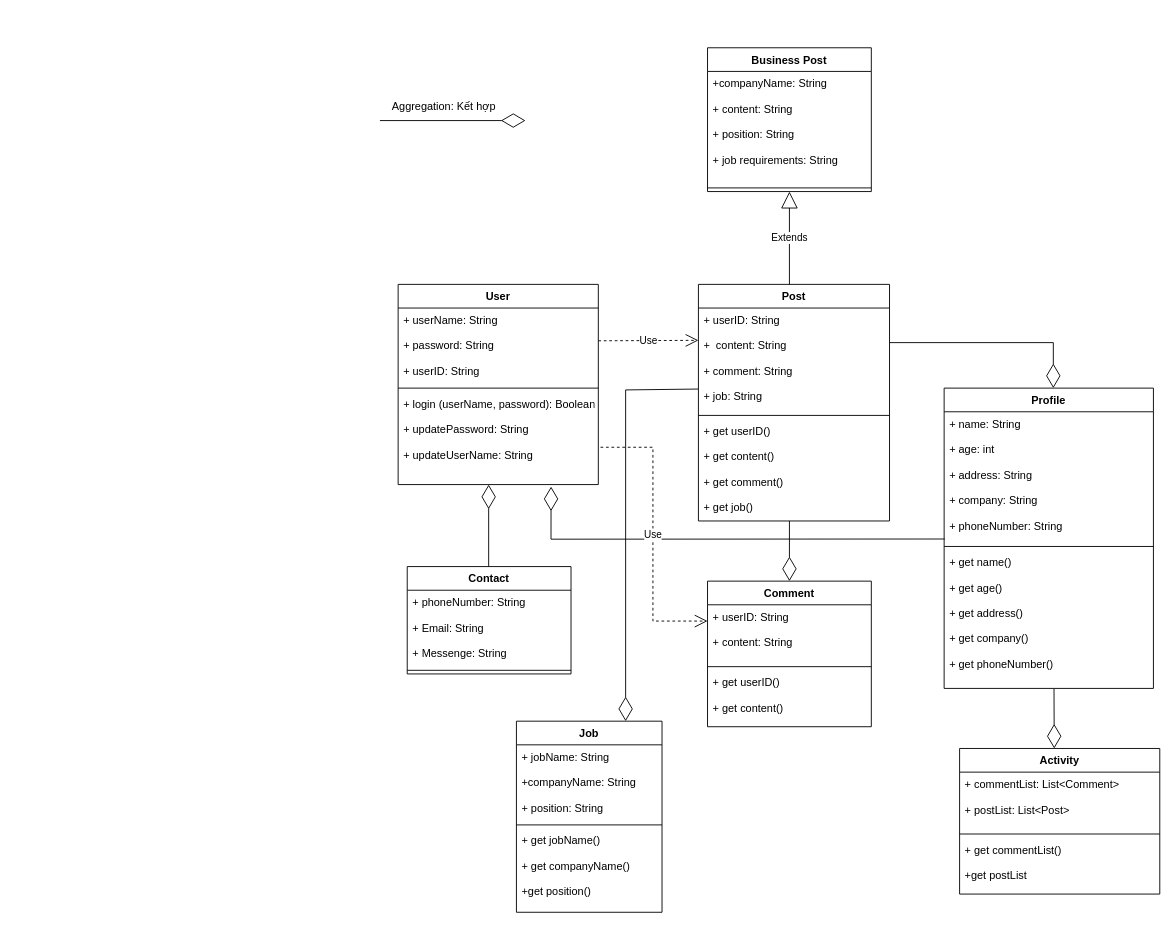
This is GAP Social Class Diagram.drawio from nvhoang23/BTVN_1, a draw.io file, before an edit. Source tidied: cells renumbered, new cells numbered last; positions are measured from the earlier drawing's top-left corner, leaving out a move shared by most shapes. Both pictures are drawn from the tidied source at 91%, with x=0, y=0 at pixel (379, 47).
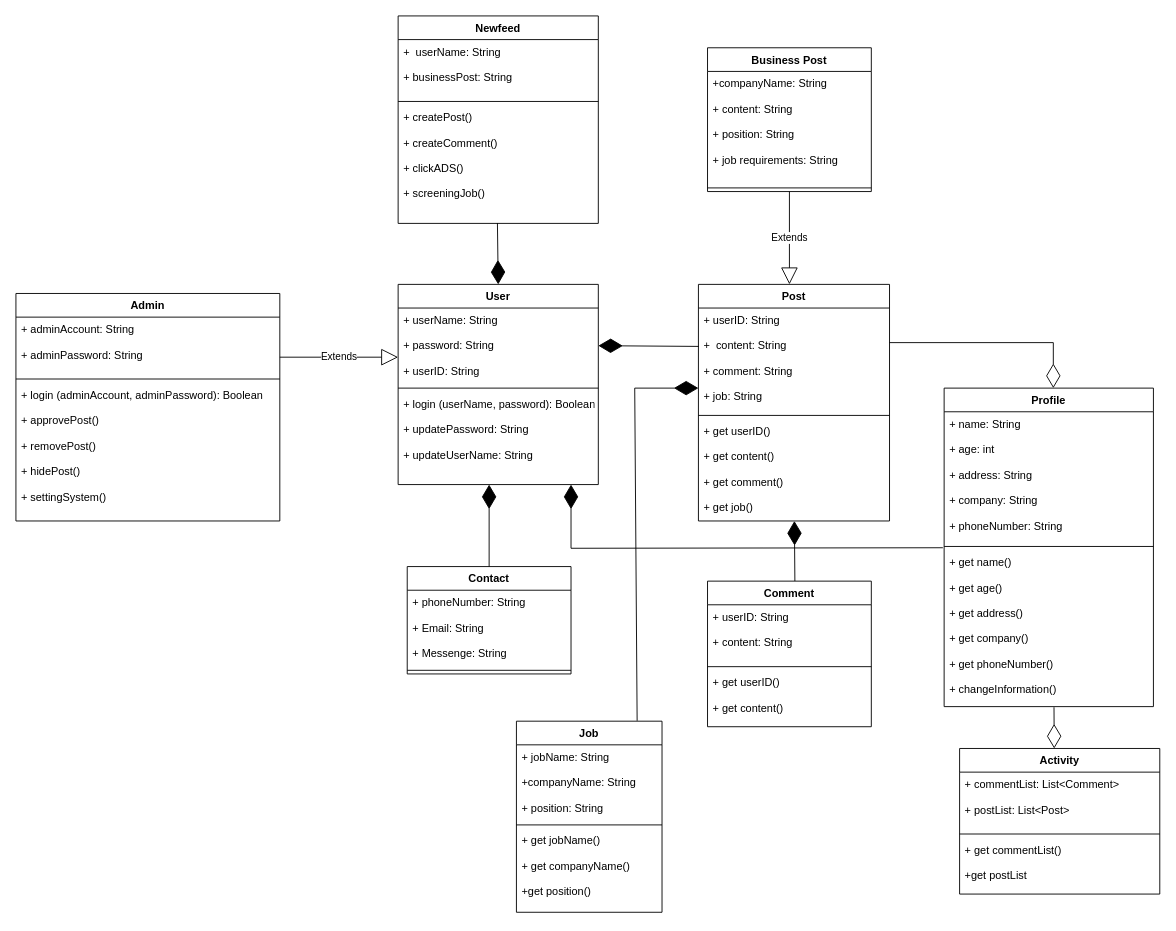
The same page after the edit.

Commit message:
Cập nhật GAP Social Class Diagram.drawio

The change refers to these unchanged cells:
```xml
<mxCell id="2" value="User" style="swimlane;fontStyle=1;align=center;verticalAlign=top;horizontal=1;startSize=26;" parent="1" vertex="1">
  <mxGeometry x="20" y="260" width="220" height="220" as="geometry" />
</mxCell>
<mxCell id="5" value="+ login (userName, password): Boolean&#10;&#10;+ updatePassword: String&#10;&#10;+ updateUserName: String &#10;&#10;" style="text;strokeColor=none;fillColor=none;align=left;verticalAlign=top;spacingLeft=4;spacingRight=4;overflow=hidden;points=[[0,0.5],[1,0.5]];portConstraint=eastwest;" parent="2" vertex="1">
  <mxGeometry y="118" width="220" height="102" as="geometry" />
</mxCell>
<mxCell id="7" value="+ userID: String&#10;&#10;+  content: String&#10;&#10;+ comment: String&#10;&#10;+ job: String&#10;&#10;" style="text;strokeColor=none;fillColor=none;align=left;verticalAlign=top;spacingLeft=4;spacingRight=4;overflow=hidden;points=[[0,0.5],[1,0.5]];portConstraint=eastwest;" parent="6" vertex="1">
  <mxGeometry y="26" width="210" height="114" as="geometry" />
</mxCell>
<mxCell id="9" value="+ get userID()&#10;&#10;+ get content() &#10;&#10;+ get comment() &#10;&#10;+ get job() &#10;&#10;" style="text;strokeColor=none;fillColor=none;align=left;verticalAlign=top;spacingLeft=4;spacingRight=4;overflow=hidden;points=[[0,0.5],[1,0.5]];portConstraint=eastwest;" parent="6" vertex="1">
  <mxGeometry y="148" width="210" height="112" as="geometry" />
</mxCell>
<mxCell id="10" value="Business Post" style="swimlane;fontStyle=1;align=center;verticalAlign=top;horizontal=1;startSize=26;" parent="1" vertex="1">
  <mxGeometry x="360" width="180" height="158" as="geometry" />
</mxCell>
<mxCell id="17" value="Comment" style="swimlane;fontStyle=1;align=center;verticalAlign=top;horizontal=1;startSize=26;" parent="1" vertex="1">
  <mxGeometry x="360" y="586.1" width="180" height="160" as="geometry" />
</mxCell>
<mxCell id="22" value="+ name: String&#10;&#10;+ age: int&#10;&#10;+ address: String&#10;&#10;+ company: String&#10;&#10;+ phoneNumber: String" style="text;strokeColor=none;fillColor=none;align=left;verticalAlign=top;spacingLeft=4;spacingRight=4;overflow=hidden;points=[[0,0.5],[1,0.5]];portConstraint=eastwest;" parent="21" vertex="1">
  <mxGeometry y="26" width="230" height="144" as="geometry" />
</mxCell>
<mxCell id="23" style="line;strokeWidth=1;fillColor=none;align=left;verticalAlign=middle;spacingTop=-1;spacingLeft=3;spacingRight=3;labelPosition=right;points=[];portConstraint=eastwest;strokeColor=inherit;" parent="21" vertex="1">
  <mxGeometry y="170" width="230" height="8" as="geometry" />
</mxCell>
<mxCell id="25" value="Contact" style="swimlane;fontStyle=1;align=center;verticalAlign=top;horizontal=1;startSize=26;" parent="1" vertex="1">
  <mxGeometry x="30" y="570.1" width="180" height="118" as="geometry" />
</mxCell>
<mxCell id="32" value="Job" style="swimlane;fontStyle=1;align=center;verticalAlign=top;horizontal=1;startSize=26;" parent="1" vertex="1">
  <mxGeometry x="150" y="740" width="160" height="210" as="geometry" />
</mxCell>
```

Diff of the diagram source:
```diff
@@
+    <mxCell id="44" style="endArrow=diamondThin;endFill=1;endSize=24;html=1;rounded=0;exitX=0.002;exitY=0.37;exitDx=0;exitDy=0;exitPerimeter=0;" parent="2" edge="1" source="7">
+      <mxGeometry relative="1" as="geometry">
+        <mxPoint x="220" y="67.4" as="targetPoint" />
+      </mxGeometry>
+    </mxCell>
@@
     <mxCell id="21" value="Profile" style="swimlane;fontStyle=1;align=center;verticalAlign=top;horizontal=1;startSize=26;" parent="1" vertex="1">
-      <mxGeometry x="620" y="374" width="230" height="330" as="geometry" />
+      <mxGeometry x="620" y="374" width="230" height="350" as="geometry" />
     </mxCell>
@@
-    <mxCell id="24" value="+ get name()&#10;&#10;+ get age()&#10;&#10;+ get address()&#10;&#10;+ get company()&#10;&#10;+ get phoneNumber()" style="text;strokeColor=none;fillColor=none;align=left;verticalAlign=top;spacingLeft=4;spacingRight=4;overflow=hidden;points=[[0,0.5],[1,0.5]];portConstraint=eastwest;" parent="21" vertex="1">
-      <mxGeometry y="178" width="230" height="152" as="geometry" />
+    <mxCell id="24" value="+ get name()&#10;&#10;+ get age()&#10;&#10;+ get address()&#10;&#10;+ get company()&#10;&#10;+ get phoneNumber()&#10;&#10;+ changeInformation()" style="text;strokeColor=none;fillColor=none;align=left;verticalAlign=top;spacingLeft=4;spacingRight=4;overflow=hidden;points=[[0,0.5],[1,0.5]];portConstraint=eastwest;" parent="21" vertex="1">
+      <mxGeometry y="178" width="230" height="172" as="geometry" />
     </mxCell>
@@
-    <mxCell id="28" style="endArrow=diamondThin;endFill=0;endSize=24;html=1;rounded=0;" parent="1" edge="1">
-      <mxGeometry relative="1" as="geometry">
-        <mxPoint x="119.5" y="570" as="sourcePoint" />
-        <mxPoint x="119.5" y="480" as="targetPoint" />
-        <Array as="points">
-          <mxPoint x="119.5" y="530" />
-        </Array>
-      </mxGeometry>
-    </mxCell>
-    <mxCell id="29" style="group;" parent="1" vertex="1">
-      <mxGeometry y="50" width="160" height="30" as="geometry" />
-    </mxCell>
-    <mxCell id="30" style="endArrow=diamondThin;endFill=0;endSize=24;html=1;rounded=0;" parent="29" edge="1">
-      <mxGeometry relative="1" as="geometry">
-        <mxPoint y="30" as="sourcePoint" />
-        <mxPoint x="160" y="30" as="targetPoint" />
-      </mxGeometry>
-    </mxCell>
-    <mxCell id="31" value="Aggregation: Kết hợp" style="text;html=1;align=center;verticalAlign=middle;strokeColor=none;fillColor=none;" parent="29" vertex="1">
-      <mxGeometry width="140" height="30" as="geometry" />
-    </mxCell>
@@
-    <mxCell id="36" value="Use" style="endArrow=open;endSize=12;dashed=1;html=1;rounded=0;" parent="1" edge="1">
-      <mxGeometry relative="1" as="geometry">
-        <mxPoint x="240" y="322" as="sourcePoint" />
-        <mxPoint x="350" y="321.5" as="targetPoint" />
-      </mxGeometry>
-    </mxCell>
@@
-    <mxCell id="38" style="endArrow=diamondThin;endFill=0;endSize=24;html=1;rounded=0;entryX=0.5;entryY=0;entryDx=0;entryDy=0;" parent="1" edge="1" target="17">
-      <mxGeometry relative="1" as="geometry">
-        <mxPoint x="450" y="520" as="sourcePoint" />
-      </mxGeometry>
-    </mxCell>
-    <mxCell id="39" style="endArrow=diamondThin;endFill=0;endSize=24;html=1;rounded=0;exitX=-0.002;exitY=0.781;exitDx=0;exitDy=0;exitPerimeter=0;entryX=0.75;entryY=0;entryDx=0;entryDy=0;" parent="1" edge="1" source="7" target="32">
-      <mxGeometry relative="1" as="geometry">
-        <Array as="points">
-          <mxPoint x="270" y="376" />
-        </Array>
-      </mxGeometry>
-    </mxCell>
-    <mxCell id="40" value="Extends" style="endArrow=block;endSize=16;endFill=0;html=1;rounded=0;entryX=0.5;entryY=1;entryDx=0;entryDy=0;" parent="1" edge="1" target="10">
+    <mxCell id="40" value="Extends" style="endArrow=block;endSize=16;endFill=0;html=1;rounded=0;exitX=0.5;exitY=1;exitDx=0;exitDy=0;" parent="1" edge="1" source="10">
       <mxGeometry relative="1" as="geometry">
-        <mxPoint x="450" y="260" as="sourcePoint" />
+        <mxPoint x="450" y="260" as="targetPoint" />
       </mxGeometry>
     </mxCell>
-    <mxCell id="41" style="endArrow=diamondThin;endFill=0;endSize=24;html=1;rounded=0;entryX=0.764;entryY=1.022;entryDx=0;entryDy=0;entryPerimeter=0;exitX=0.003;exitY=0.971;exitDx=0;exitDy=0;exitPerimeter=0;" parent="1" edge="1" source="22" target="5">
-      <mxGeometry relative="1" as="geometry">
-        <Array as="points">
-          <mxPoint x="188" y="540" />
-        </Array>
-      </mxGeometry>
-    </mxCell>
-    <mxCell id="42" value="Use" style="endArrow=open;endSize=12;dashed=1;html=1;rounded=0;exitX=1.011;exitY=0.598;exitDx=0;exitDy=0;exitPerimeter=0;" parent="1" edge="1" source="5">
-      <mxGeometry relative="1" as="geometry">
-        <mxPoint x="360" y="630" as="targetPoint" />
-        <Array as="points">
-          <mxPoint x="300" y="439" />
-          <mxPoint x="300" y="630" />
-        </Array>
-      </mxGeometry>
-    </mxCell>
@@
+    <mxCell id="45" value="Admin" style="swimlane;fontStyle=1;align=center;verticalAlign=top;horizontal=1;startSize=26;" parent="1" vertex="1">
+      <mxGeometry x="-400" y="270" width="290" height="250" as="geometry" />
+    </mxCell>
+    <mxCell id="46" value="+ adminAccount: String&#10;&#10;+ adminPassword: String&#10;" style="text;strokeColor=none;fillColor=none;align=left;verticalAlign=top;spacingLeft=4;spacingRight=4;overflow=hidden;" parent="45" vertex="1">
+      <mxGeometry y="26" width="290" height="64" as="geometry" />
+    </mxCell>
+    <mxCell id="47" style="line;strokeWidth=1;fillColor=none;align=left;verticalAlign=middle;spacingTop=-1;spacingLeft=3;spacingRight=3;labelPosition=right;strokeColor=inherit;" parent="45" vertex="1">
+      <mxGeometry y="90" width="290" height="8" as="geometry" />
+    </mxCell>
+    <mxCell id="48" value="+ login (adminAccount, adminPassword): Boolean&#10;&#10;+ approvePost() &#10;&#10;+ removePost()&#10;&#10;+ hidePost()&#10;&#10;+ settingSystem()" style="text;strokeColor=none;fillColor=none;align=left;verticalAlign=top;spacingLeft=4;spacingRight=4;overflow=hidden;" parent="45" vertex="1">
+      <mxGeometry y="98" width="290" height="152" as="geometry" />
+    </mxCell>
+    <mxCell id="49" value="Extends" style="endArrow=block;endSize=16;endFill=0;html=1;rounded=0;" parent="1" edge="1">
+      <mxGeometry relative="1" as="geometry">
+        <mxPoint x="-110" y="340" as="sourcePoint" />
+        <mxPoint x="20" y="340" as="targetPoint" />
+      </mxGeometry>
+    </mxCell>
+    <mxCell id="50" style="endArrow=diamondThin;endFill=1;endSize=24;html=1;rounded=0;" parent="1" edge="1" target="9">
+      <mxGeometry relative="1" as="geometry">
+        <mxPoint x="456" y="586" as="sourcePoint" />
+      </mxGeometry>
+    </mxCell>
+    <mxCell id="51" style="endArrow=diamondThin;endFill=1;endSize=24;html=1;rounded=0;exitX=0.829;exitY=-0.002;exitDx=0;exitDy=0;exitPerimeter=0;" parent="1" edge="1" source="32">
+      <mxGeometry relative="1" as="geometry">
+        <mxPoint x="350" y="374" as="targetPoint" />
+        <Array as="points">
+          <mxPoint x="280" y="374" />
+        </Array>
+      </mxGeometry>
+    </mxCell>
+    <mxCell id="52" style="endArrow=diamondThin;endFill=1;endSize=24;html=1;rounded=0;exitX=0.5;exitY=0;exitDx=0;exitDy=0;" parent="1" edge="1" source="25">
+      <mxGeometry relative="1" as="geometry">
+        <mxPoint x="120" y="480" as="targetPoint" />
+      </mxGeometry>
+    </mxCell>
+    <mxCell id="53" style="endArrow=diamondThin;endFill=1;endSize=24;html=1;rounded=0;exitX=-0.006;exitY=0.676;exitDx=0;exitDy=0;exitPerimeter=0;" parent="1" edge="1" source="23">
+      <mxGeometry relative="1" as="geometry">
+        <mxPoint x="210" y="480" as="targetPoint" />
+        <Array as="points">
+          <mxPoint x="210" y="550" />
+        </Array>
+      </mxGeometry>
+    </mxCell>
+    <mxCell id="54" value="Newfeed" style="swimlane;fontStyle=1;align=center;verticalAlign=top;horizontal=1;startSize=26;" parent="1" vertex="1">
+      <mxGeometry x="20" y="-35" width="220" height="228" as="geometry" />
+    </mxCell>
+    <mxCell id="55" value="+  userName: String&#10;&#10;+ businessPost: String " style="text;strokeColor=none;fillColor=none;align=left;verticalAlign=top;spacingLeft=4;spacingRight=4;overflow=hidden;" parent="54" vertex="1">
+      <mxGeometry y="26" width="220" height="64" as="geometry" />
+    </mxCell>
+    <mxCell id="56" style="line;strokeWidth=1;fillColor=none;align=left;verticalAlign=middle;spacingTop=-1;spacingLeft=3;spacingRight=3;labelPosition=right;strokeColor=inherit;" parent="54" vertex="1">
+      <mxGeometry y="90" width="220" height="8" as="geometry" />
+    </mxCell>
+    <mxCell id="57" value="+ createPost()&#10;&#10;+ createComment()&#10;&#10;+ clickADS()&#10;&#10;+ screeningJob()&#10;&#10;" style="text;strokeColor=none;fillColor=none;align=left;verticalAlign=top;spacingLeft=4;spacingRight=4;overflow=hidden;points=[[0,0.5],[1,0.5]];portConstraint=eastwest;" parent="54" vertex="1">
+      <mxGeometry y="98" width="220" height="130" as="geometry" />
+    </mxCell>
+    <mxCell id="58" style="endArrow=diamondThin;endFill=1;endSize=24;html=1;rounded=0;entryX=0.5;entryY=0;entryDx=0;entryDy=0;exitX=0.496;exitY=0.997;exitDx=0;exitDy=0;exitPerimeter=0;" parent="1" edge="1" source="57" target="2">
+      <mxGeometry relative="1" as="geometry" />
+    </mxCell>
```
